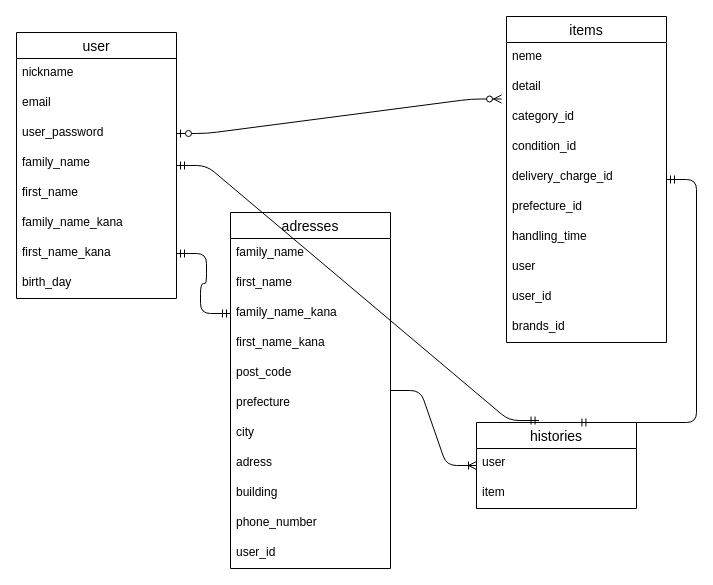
Above: ER.dio in miyo0000/furima-38917 (draw.io), before the change. Source tidied: cells renumbered, new cells numbered last; positions are measured from the earlier drawing's top-left corner, leaving out a move shared by most shapes. Both pictures are drawn from the tidied source at 100%, with x=0, y=0 at pixel (16, 16).
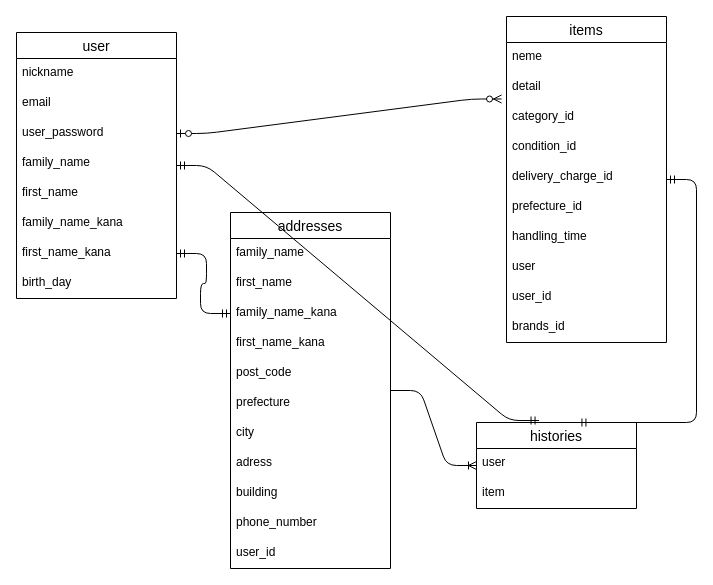
After the change.

Commit message:
設計　ER図　修正６

The edit, as a diff of the source:
```diff
@@
-    <mxCell id="29" value="adresses" style="swimlane;fontStyle=0;horizontal=1;startSize=26;align=center;fontSize=14;" parent="1" vertex="1">
+    <mxCell id="29" value="addresses" style="swimlane;fontStyle=0;horizontal=1;startSize=26;align=center;fontSize=14;" parent="1" vertex="1">
       <mxGeometry x="214" y="196" width="160" height="356" as="geometry" />
     </mxCell>
```
